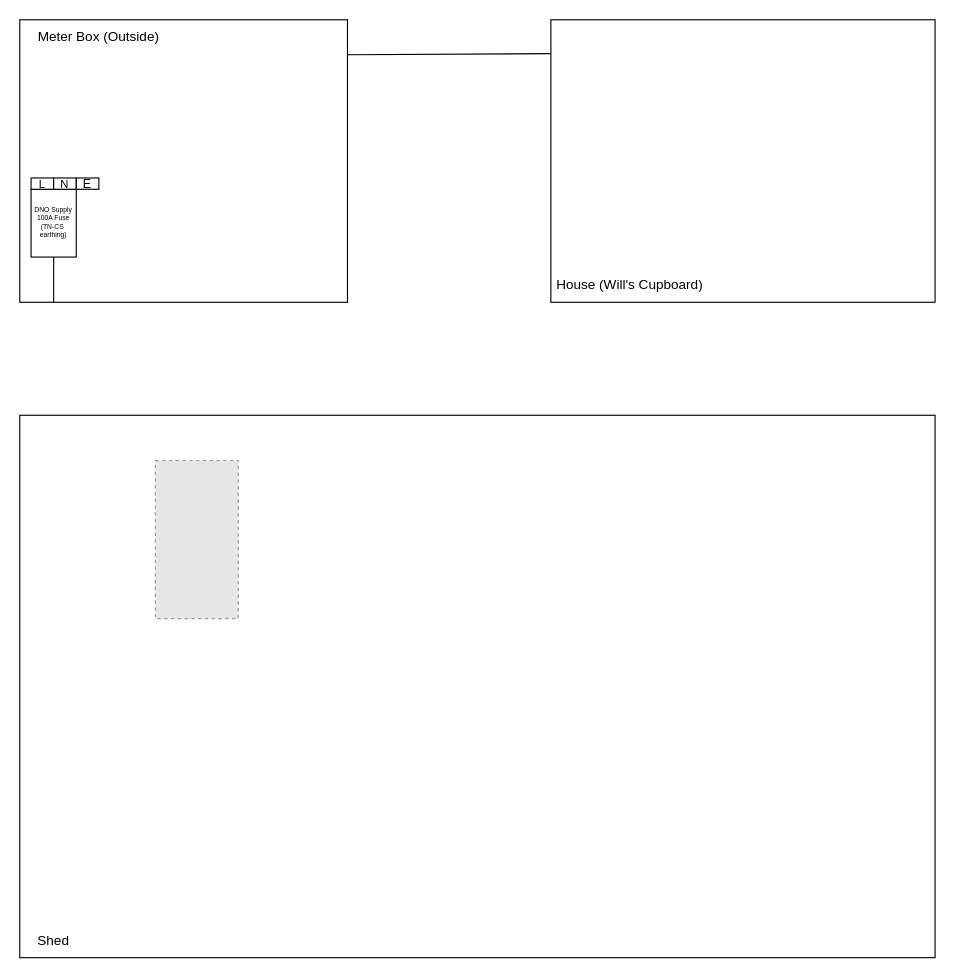
This is AC Diagram Wood Road.drawio from wluke/diagrams, a draw.io file, before an edit. Source tidied: cells renumbered, new cells numbered last; positions are measured from the earlier drawing's top-left corner, leaving out a move shared by most shapes. Both pictures are drawn from the tidied source at 113%, with x=0, y=0 at pixel (19, 19). Pictures stored in the file or linked from it are replaced by grey dashed boxes.
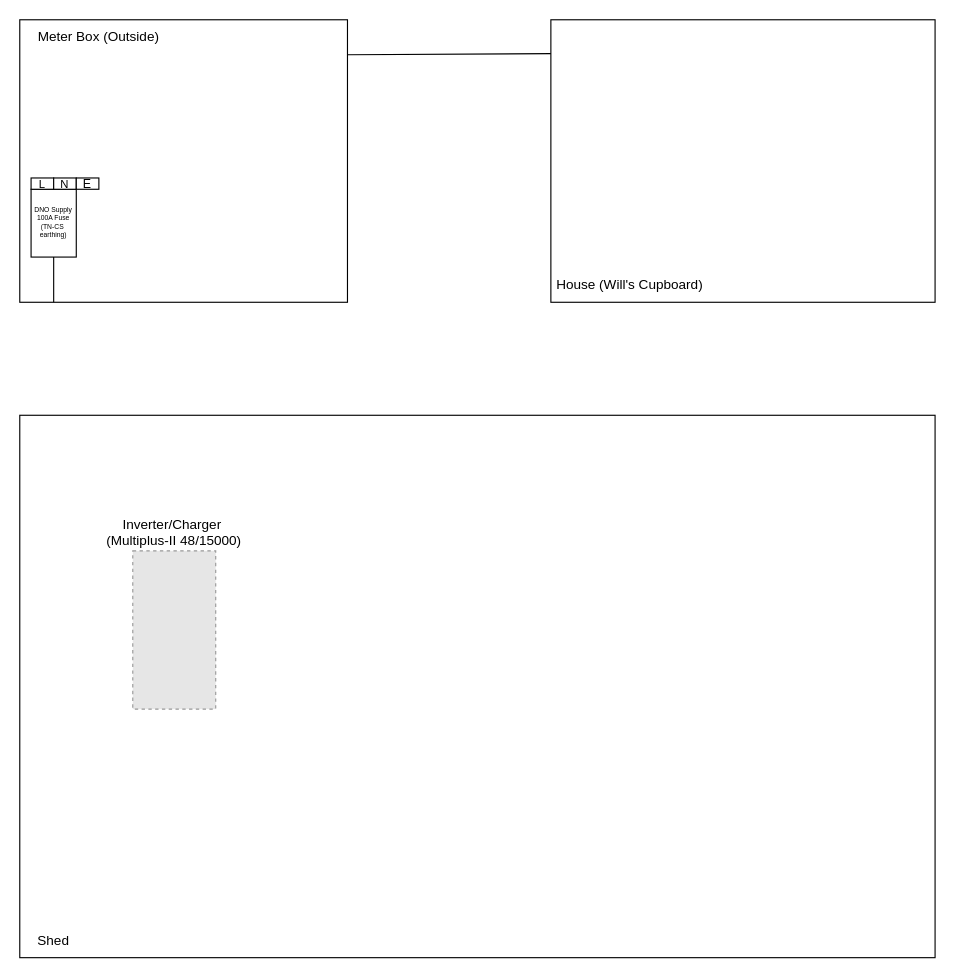
The same diagram, later.

Change to the diagram source:
```diff
@@
 <mxGraphModel>
   <root>
     <mxCell id="0" />
     <mxCell id="1" parent="0" />
     <mxCell id="2" style="rounded=0;whiteSpace=wrap;html=1;fillColor=none;" parent="1" vertex="1">
       <mxGeometry y="350" width="810" height="480" as="geometry" />
     </mxCell>
-    <mxCell id="3" style="fillColor=#E6E6E6;strokeColor=#999999;dashed=1;verticalLabelPosition=bottom;verticalAlign=top;" parent="1" vertex="1">
-      <mxGeometry x="120" y="390" width="73.4" height="140" as="geometry" />
+    <mxCell id="3" value="Inverter/Charger &#10;(Multiplus-II 48/15000)" style="fillColor=#E6E6E6;strokeColor=#999999;dashed=1;verticalLabelPosition=top;verticalAlign=bottom;labelPosition=center;align=center;" parent="1" vertex="1">
+      <mxGeometry x="100" y="470" width="73.4" height="140" as="geometry" />
     </mxCell>
     <mxCell id="4" value="Shed" style="text;strokeColor=none;align=center;fillColor=none;html=1;verticalAlign=middle;whiteSpace=wrap;rounded=0;" parent="1" vertex="1">
       <mxGeometry y="800" width="60" height="30" as="geometry" />
     </mxCell>
     <mxCell id="5" style="rounded=0;whiteSpace=wrap;html=1;fillColor=none;" parent="1" vertex="1">
       <mxGeometry x="470" width="340" height="250" as="geometry" />
     </mxCell>
     <mxCell id="6" value="House (Will's Cupboard)" style="text;strokeColor=none;align=center;fillColor=none;html=1;verticalAlign=middle;whiteSpace=wrap;rounded=0;" parent="1" vertex="1">
       <mxGeometry x="470" y="220" width="140" height="30" as="geometry" />
     </mxCell>
     <mxCell id="7" style="rounded=0;whiteSpace=wrap;html=1;fillColor=none;" parent="1" vertex="1">
       <mxGeometry width="290" height="250" as="geometry" />
     </mxCell>
     <mxCell id="8" value="Meter Box (Outside)" style="text;strokeColor=none;align=center;fillColor=none;html=1;verticalAlign=middle;whiteSpace=wrap;rounded=0;" parent="1" vertex="1">
       <mxGeometry width="140" height="30" as="geometry" />
     </mxCell>
     <mxCell id="9" style="endArrow=none;html=1;rounded=0;" parent="1" edge="1">
       <mxGeometry relative="1" as="geometry">
         <mxPoint x="290" y="31" as="sourcePoint" />
         <mxPoint x="470" y="30" as="targetPoint" />
       </mxGeometry>
     </mxCell>
     <mxCell id="10" value="DNO Supply 100A Fuse (TN-CS&amp;nbsp;&lt;div&gt;earthing)&lt;/div&gt;" style="rounded=0;whiteSpace=wrap;html=1;fontSize=6;" parent="1" vertex="1">
       <mxGeometry x="10" y="150" width="40" height="60" as="geometry" />
     </mxCell>
     <mxCell id="11" style="endArrow=none;html=1;rounded=0;" parent="1" edge="1">
       <mxGeometry relative="1" as="geometry">
         <mxPoint x="30" y="250" as="sourcePoint" />
         <mxPoint x="30" y="210" as="targetPoint" />
         <Array as="points">
           <mxPoint x="30" y="210" />
         </Array>
       </mxGeometry>
     </mxCell>
     <mxCell id="12" value="L" style="rounded=0;whiteSpace=wrap;html=1;fontSize=10;" parent="1" vertex="1">
       <mxGeometry x="10" y="140" width="20" height="10" as="geometry" />
     </mxCell>
     <mxCell id="13" value="N" style="rounded=0;whiteSpace=wrap;html=1;fontSize=10;" parent="1" vertex="1">
       <mxGeometry x="30" y="140" width="20" height="10" as="geometry" />
     </mxCell>
     <mxCell id="14" value="E" style="rounded=0;whiteSpace=wrap;html=1;fontSize=11;" parent="1" vertex="1">
       <mxGeometry x="50" y="140" width="20" height="10" as="geometry" />
     </mxCell>
   </root>
 </mxGraphModel>
```
